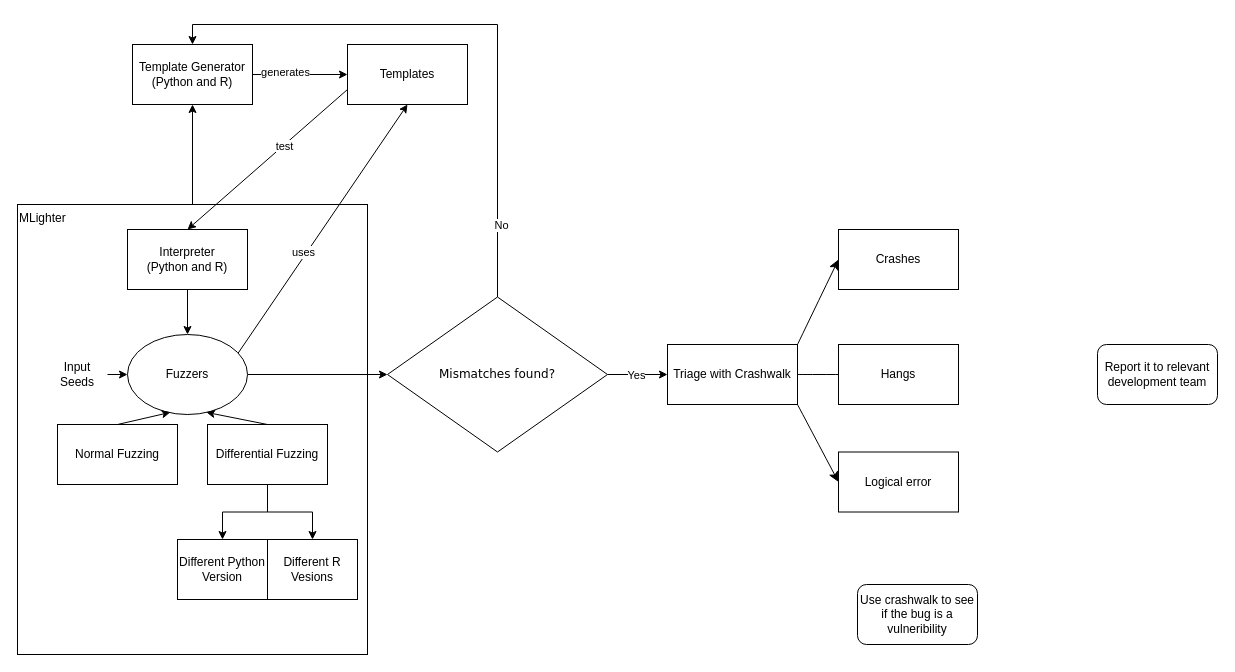
Above: GenAndFuzz.drawio in GloC99/diagrams (draw.io), before the change. Source tidied: cells renumbered, new cells numbered last; positions are measured from the earlier drawing's top-left corner, leaving out a move shared by most shapes. Both pictures are drawn from the tidied source at 100%, with x=0, y=0 at pixel (17, 44).
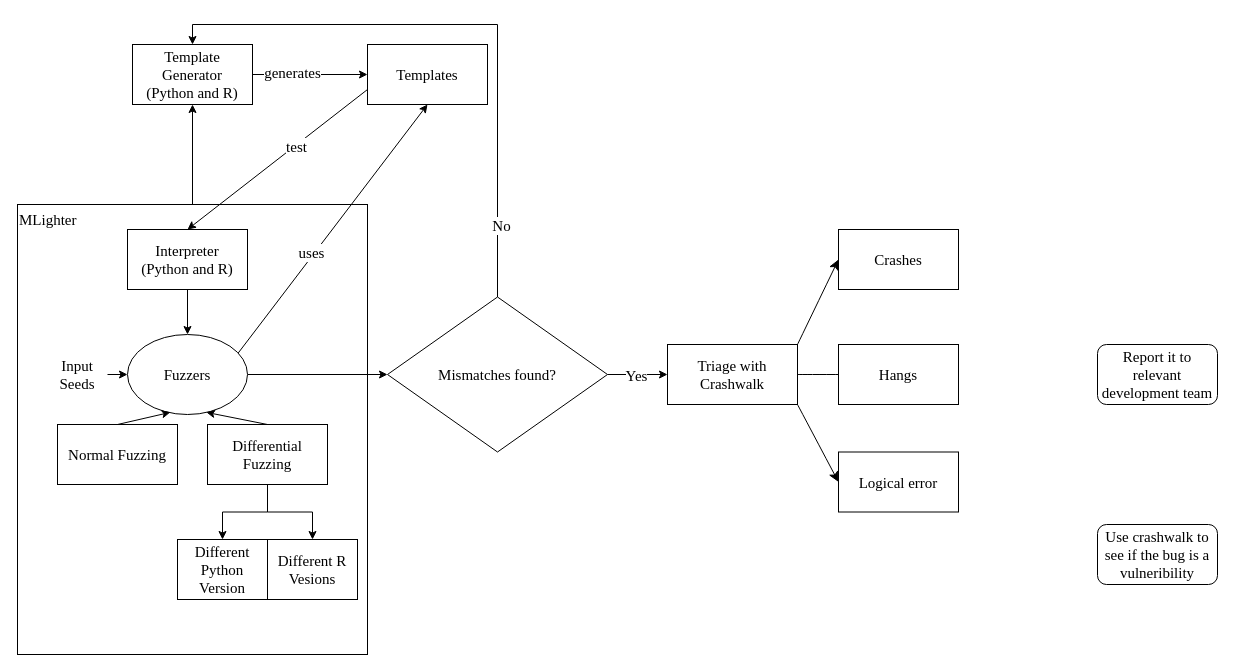
The same diagram, later.

The edit, as a diff of the source:
```diff
@@
-    <mxCell id="2" style="rounded=0;jettySize=auto;html=1;exitX=0.5;exitY=0;exitDx=0;exitDy=0;entryX=0.5;entryY=1;entryDx=0;entryDy=0;" parent="1" edge="1" source="3" target="6">
+    <mxCell id="2" style="rounded=0;jettySize=auto;html=1;exitX=0.5;exitY=0;exitDx=0;exitDy=0;entryX=0.5;entryY=1;entryDx=0;entryDy=0;fontSize=15;fontFamily=Times New Roman;" parent="1" edge="1" source="3" target="6">
       <mxGeometry relative="1" as="geometry" />
     </mxCell>
-    <mxCell id="3" value="MLighter" style="rounded=0;whiteSpace=wrap;html=1;align=left;verticalAlign=top;" parent="1" vertex="1">
+    <mxCell id="3" value="MLighter" style="rounded=0;whiteSpace=wrap;html=1;align=left;verticalAlign=top;fontSize=15;fontFamily=Times New Roman;" parent="1" vertex="1">
       <mxGeometry y="160" width="350" height="450" as="geometry" />
     </mxCell>
-    <mxCell id="4" style="edgeStyle=orthogonalEdgeStyle;rounded=0;jettySize=auto;html=1;exitX=1;exitY=0.5;exitDx=0;exitDy=0;entryX=0;entryY=0.5;entryDx=0;entryDy=0;" parent="1" edge="1" source="6" target="9">
+    <mxCell id="4" style="edgeStyle=orthogonalEdgeStyle;rounded=0;jettySize=auto;html=1;exitX=1;exitY=0.5;exitDx=0;exitDy=0;entryX=0;entryY=0.5;entryDx=0;entryDy=0;fontSize=15;fontFamily=Times New Roman;" parent="1" edge="1" source="6" target="9">
       <mxGeometry relative="1" as="geometry" />
     </mxCell>
-    <mxCell id="5" value="generates" style="edgeLabel;html=1;align=center;verticalAlign=middle;" parent="4" vertex="1">
+    <mxCell id="5" value="generates" style="edgeLabel;html=1;align=center;verticalAlign=middle;fontSize=15;fontFamily=Times New Roman;" parent="4" vertex="1">
       <mxGeometry x="-0.33" y="3" relative="1" as="geometry" />
     </mxCell>
-    <mxCell id="6" value="Template Generator&lt;br&gt;(Python and R)" style="rounded=0;whiteSpace=wrap;html=1;" parent="1" vertex="1">
+    <mxCell id="6" value="Template Generator&lt;br style=&quot;font-size: 15px;&quot;&gt;(Python and R)" style="rounded=0;whiteSpace=wrap;html=1;fontSize=15;fontFamily=Times New Roman;" parent="1" vertex="1">
       <mxGeometry x="115" width="120" height="60" as="geometry" />
     </mxCell>
-    <mxCell id="7" style="rounded=0;jettySize=auto;html=1;exitX=0;exitY=0.75;exitDx=0;exitDy=0;entryX=0.5;entryY=0;entryDx=0;entryDy=0;" parent="1" edge="1" source="9" target="17">
+    <mxCell id="7" style="rounded=0;jettySize=auto;html=1;exitX=0;exitY=0.75;exitDx=0;exitDy=0;entryX=0.5;entryY=0;entryDx=0;entryDy=0;fontSize=15;fontFamily=Times New Roman;" parent="1" edge="1" source="9" target="17">
       <mxGeometry relative="1" as="geometry" />
     </mxCell>
-    <mxCell id="8" value="test" style="edgeLabel;html=1;align=center;verticalAlign=middle;" parent="7" vertex="1">
+    <mxCell id="8" value="test" style="edgeLabel;html=1;align=center;verticalAlign=middle;fontSize=15;fontFamily=Times New Roman;" parent="7" vertex="1">
       <mxGeometry x="-0.21" y="1" relative="1" as="geometry">
         <mxPoint x="-1" as="offset" />
       </mxGeometry>
     </mxCell>
-    <mxCell id="9" value="Templates" style="rounded=0;whiteSpace=wrap;html=1;" parent="1" vertex="1">
-      <mxGeometry x="330" width="120" height="60" as="geometry" />
+    <mxCell id="9" value="Templates" style="rounded=0;whiteSpace=wrap;html=1;fontSize=15;fontFamily=Times New Roman;" parent="1" vertex="1">
+      <mxGeometry x="350" width="120" height="60" as="geometry" />
     </mxCell>
-    <mxCell id="10" style="rounded=0;jettySize=auto;html=1;exitX=0.922;exitY=0.233;exitDx=0;exitDy=0;entryX=0.5;entryY=1;entryDx=0;entryDy=0;exitPerimeter=0;" parent="1" edge="1" source="13" target="9">
+    <mxCell id="10" style="rounded=0;jettySize=auto;html=1;exitX=0.922;exitY=0.233;exitDx=0;exitDy=0;entryX=0.5;entryY=1;entryDx=0;entryDy=0;exitPerimeter=0;fontSize=15;fontFamily=Times New Roman;" parent="1" edge="1" source="13" target="9">
       <mxGeometry relative="1" as="geometry" />
     </mxCell>
-    <mxCell id="11" value="uses" style="edgeLabel;html=1;align=center;verticalAlign=middle;" parent="10" vertex="1">
+    <mxCell id="11" value="uses" style="edgeLabel;html=1;align=center;verticalAlign=middle;fontSize=15;fontFamily=Times New Roman;" parent="10" vertex="1">
       <mxGeometry x="-0.2" y="3" relative="1" as="geometry" />
     </mxCell>
-    <mxCell id="12" style="rounded=0;jettySize=auto;html=1;exitX=1;exitY=0.5;exitDx=0;exitDy=0;entryX=0;entryY=0.5;entryDx=0;entryDy=0;" parent="1" edge="1" source="13" target="30">
+    <mxCell id="12" style="rounded=0;jettySize=auto;html=1;exitX=1;exitY=0.5;exitDx=0;exitDy=0;entryX=0;entryY=0.5;entryDx=0;entryDy=0;fontSize=15;fontFamily=Times New Roman;" parent="1" edge="1" source="13" target="30">
       <mxGeometry relative="1" as="geometry" />
     </mxCell>
-    <mxCell id="13" value="Fuzzers" style="ellipse;whiteSpace=wrap;html=1;" parent="1" vertex="1">
+    <mxCell id="13" value="Fuzzers" style="ellipse;whiteSpace=wrap;html=1;fontSize=15;fontFamily=Times New Roman;" parent="1" vertex="1">
       <mxGeometry x="110" y="290" width="120" height="80" as="geometry" />
     </mxCell>
-    <mxCell id="14" style="rounded=0;jettySize=auto;html=1;exitX=1;exitY=0.5;exitDx=0;exitDy=0;" parent="1" edge="1" source="15">
+    <mxCell id="14" style="rounded=0;jettySize=auto;html=1;exitX=1;exitY=0.5;exitDx=0;exitDy=0;fontSize=15;fontFamily=Times New Roman;" parent="1" edge="1" source="15">
       <mxGeometry relative="1" as="geometry">
         <mxPoint x="110" y="330" as="targetPoint" />
       </mxGeometry>
     </mxCell>
-    <mxCell id="15" value="Input Seeds" style="text;html=1;align=center;verticalAlign=middle;whiteSpace=wrap;rounded=0;" parent="1" vertex="1">
+    <mxCell id="15" value="Input Seeds" style="text;html=1;align=center;verticalAlign=middle;whiteSpace=wrap;rounded=0;fontSize=15;fontFamily=Times New Roman;" parent="1" vertex="1">
       <mxGeometry x="30" y="312.5" width="60" height="35" as="geometry" />
     </mxCell>
-    <mxCell id="16" style="edgeStyle=orthogonalEdgeStyle;rounded=0;jettySize=auto;html=1;exitX=0.5;exitY=1;exitDx=0;exitDy=0;" parent="1" edge="1" source="17" target="13">
+    <mxCell id="16" style="edgeStyle=orthogonalEdgeStyle;rounded=0;jettySize=auto;html=1;exitX=0.5;exitY=1;exitDx=0;exitDy=0;fontSize=15;fontFamily=Times New Roman;" parent="1" edge="1" source="17" target="13">
       <mxGeometry relative="1" as="geometry" />
     </mxCell>
-    <mxCell id="17" value="Interpreter&lt;br&gt;(Python and R)" style="rounded=0;whiteSpace=wrap;html=1;" parent="1" vertex="1">
+    <mxCell id="17" value="Interpreter&lt;br style=&quot;font-size: 15px;&quot;&gt;(Python and R)" style="rounded=0;whiteSpace=wrap;html=1;fontSize=15;fontFamily=Times New Roman;" parent="1" vertex="1">
       <mxGeometry x="110" y="185" width="120" height="60" as="geometry" />
     </mxCell>
-    <mxCell id="18" value="Normal Fuzzing" style="rounded=0;whiteSpace=wrap;html=1;" parent="1" vertex="1">
+    <mxCell id="18" value="Normal Fuzzing" style="rounded=0;whiteSpace=wrap;html=1;fontSize=15;fontFamily=Times New Roman;" parent="1" vertex="1">
       <mxGeometry x="40" y="380" width="120" height="60" as="geometry" />
     </mxCell>
-    <mxCell id="19" style="edgeStyle=orthogonalEdgeStyle;rounded=0;jettySize=auto;html=1;" parent="1" edge="1" source="21" target="24">
+    <mxCell id="19" style="edgeStyle=orthogonalEdgeStyle;rounded=0;jettySize=auto;html=1;fontSize=15;fontFamily=Times New Roman;" parent="1" edge="1" source="21" target="24">
       <mxGeometry relative="1" as="geometry" />
     </mxCell>
-    <mxCell id="20" style="edgeStyle=orthogonalEdgeStyle;rounded=0;jettySize=auto;html=1;" parent="1" edge="1" source="21" target="25">
+    <mxCell id="20" style="edgeStyle=orthogonalEdgeStyle;rounded=0;jettySize=auto;html=1;fontSize=15;fontFamily=Times New Roman;" parent="1" edge="1" source="21" target="25">
       <mxGeometry relative="1" as="geometry" />
     </mxCell>
-    <mxCell id="21" value="Differential Fuzzing" style="rounded=0;whiteSpace=wrap;html=1;" parent="1" vertex="1">
+    <mxCell id="21" value="Differential Fuzzing" style="rounded=0;whiteSpace=wrap;html=1;fontSize=15;fontFamily=Times New Roman;" parent="1" vertex="1">
       <mxGeometry x="190" y="380" width="120" height="60" as="geometry" />
     </mxCell>
-    <mxCell id="22" style="rounded=0;jettySize=auto;html=1;exitX=0.5;exitY=0;exitDx=0;exitDy=0;entryX=0.357;entryY=0.973;entryDx=0;entryDy=0;entryPerimeter=0;" parent="1" edge="1" source="18" target="13">
+    <mxCell id="22" style="rounded=0;jettySize=auto;html=1;exitX=0.5;exitY=0;exitDx=0;exitDy=0;entryX=0.357;entryY=0.973;entryDx=0;entryDy=0;entryPerimeter=0;fontSize=15;fontFamily=Times New Roman;" parent="1" edge="1" source="18" target="13">
       <mxGeometry relative="1" as="geometry" />
     </mxCell>
-    <mxCell id="23" style="rounded=0;jettySize=auto;html=1;exitX=0.5;exitY=0;exitDx=0;exitDy=0;entryX=0.657;entryY=0.973;entryDx=0;entryDy=0;entryPerimeter=0;" parent="1" edge="1" source="21" target="13">
+    <mxCell id="23" style="rounded=0;jettySize=auto;html=1;exitX=0.5;exitY=0;exitDx=0;exitDy=0;entryX=0.657;entryY=0.973;entryDx=0;entryDy=0;entryPerimeter=0;fontSize=15;fontFamily=Times New Roman;" parent="1" edge="1" source="21" target="13">
       <mxGeometry relative="1" as="geometry" />
     </mxCell>
-    <mxCell id="24" value="Different Python Version" style="rounded=0;whiteSpace=wrap;html=1;" parent="1" vertex="1">
+    <mxCell id="24" value="Different Python Version" style="rounded=0;whiteSpace=wrap;html=1;fontSize=15;fontFamily=Times New Roman;" parent="1" vertex="1">
       <mxGeometry x="160" y="495" width="90" height="60" as="geometry" />
     </mxCell>
-    <mxCell id="25" value="Different R Vesions" style="rounded=0;whiteSpace=wrap;html=1;" parent="1" vertex="1">
+    <mxCell id="25" value="Different R Vesions" style="rounded=0;whiteSpace=wrap;html=1;fontSize=15;fontFamily=Times New Roman;" parent="1" vertex="1">
       <mxGeometry x="250" y="495" width="90" height="60" as="geometry" />
     </mxCell>
-    <mxCell id="26" style="edgeStyle=orthogonalEdgeStyle;rounded=0;jettySize=auto;html=1;exitX=0.5;exitY=0;exitDx=0;exitDy=0;entryX=0.5;entryY=0;entryDx=0;entryDy=0;" parent="1" edge="1" source="30" target="6">
+    <mxCell id="26" style="edgeStyle=orthogonalEdgeStyle;rounded=0;jettySize=auto;html=1;exitX=0.5;exitY=0;exitDx=0;exitDy=0;entryX=0.5;entryY=0;entryDx=0;entryDy=0;fontSize=15;fontFamily=Times New Roman;" parent="1" edge="1" source="30" target="6">
       <mxGeometry relative="1" as="geometry" />
     </mxCell>
-    <mxCell id="27" value="No" style="edgeLabel;html=1;align=center;verticalAlign=middle;" parent="26" vertex="1">
+    <mxCell id="27" value="No" style="edgeLabel;html=1;align=center;verticalAlign=middle;fontSize=15;fontFamily=Times New Roman;" parent="26" vertex="1">
       <mxGeometry x="-0.76" y="-3" relative="1" as="geometry" />
     </mxCell>
-    <mxCell id="28" style="edgeStyle=orthogonalEdgeStyle;rounded=0;jettySize=auto;html=1;exitX=1;exitY=0.5;exitDx=0;exitDy=0;entryX=0;entryY=0.5;entryDx=0;entryDy=0;" parent="1" edge="1" source="30" target="36">
+    <mxCell id="28" style="edgeStyle=orthogonalEdgeStyle;rounded=0;jettySize=auto;html=1;exitX=1;exitY=0.5;exitDx=0;exitDy=0;entryX=0;entryY=0.5;entryDx=0;entryDy=0;fontSize=15;fontFamily=Times New Roman;" parent="1" edge="1" source="30" target="36">
       <mxGeometry relative="1" as="geometry" />
     </mxCell>
-    <mxCell id="29" value="Yes" style="edgeLabel;html=1;align=center;verticalAlign=middle;" parent="28" vertex="1">
+    <mxCell id="29" value="Yes" style="edgeLabel;html=1;align=center;verticalAlign=middle;fontSize=15;fontFamily=Times New Roman;" parent="28" vertex="1">
       <mxGeometry x="0.03" y="-3" relative="1" as="geometry">
         <mxPoint x="-3" y="-3" as="offset" />
       </mxGeometry>
     </mxCell>
-    <mxCell id="30" value="&lt;font face=&quot;Verdana&quot;&gt;Mismatches found?&lt;/font&gt;" style="rhombus;whiteSpace=wrap;html=1;" parent="1" vertex="1">
+    <mxCell id="30" value="&lt;font style=&quot;font-size: 15px;&quot;&gt;Mismatches found?&lt;/font&gt;" style="rhombus;whiteSpace=wrap;html=1;fontSize=15;fontFamily=Times New Roman;" parent="1" vertex="1">
       <mxGeometry x="370" y="252.5" width="220" height="155" as="geometry" />
     </mxCell>
-    <mxCell id="31" value="Report it to relevant development team" style="rounded=1;whiteSpace=wrap;html=1;" parent="1" vertex="1">
+    <mxCell id="31" value="Report it to relevant development team" style="rounded=1;whiteSpace=wrap;html=1;fontSize=15;fontFamily=Times New Roman;" parent="1" vertex="1">
       <mxGeometry x="1080" y="300" width="120" height="60" as="geometry" />
     </mxCell>
-    <mxCell id="32" value="Use crashwalk to see if the bug is a vulneribility" style="rounded=1;whiteSpace=wrap;html=1;" parent="1" vertex="1">
-      <mxGeometry x="840" y="540" width="120" height="60" as="geometry" />
+    <mxCell id="32" value="Use crashwalk to see if the bug is a vulneribility" style="rounded=1;whiteSpace=wrap;html=1;fontSize=15;fontFamily=Times New Roman;" parent="1" vertex="1">
+      <mxGeometry x="1080" y="480" width="120" height="60" as="geometry" />
     </mxCell>
-    <mxCell id="33" style="edgeStyle=none;curved=1;rounded=0;jettySize=auto;html=1;exitX=1;exitY=0;exitDx=0;exitDy=0;entryX=0;entryY=0.5;entryDx=0;entryDy=0;fontSize=12;startSize=8;endSize=8;" parent="1" edge="1" source="36" target="37">
+    <mxCell id="33" style="edgeStyle=none;curved=1;rounded=0;jettySize=auto;html=1;exitX=1;exitY=0;exitDx=0;exitDy=0;entryX=0;entryY=0.5;entryDx=0;entryDy=0;fontSize=15;startSize=8;endSize=8;fontFamily=Times New Roman;" parent="1" edge="1" source="36" target="37">
       <mxGeometry relative="1" as="geometry" />
     </mxCell>
-    <mxCell id="34" style="edgeStyle=none;curved=1;rounded=0;jettySize=auto;html=1;exitX=1;exitY=0.5;exitDx=0;exitDy=0;entryX=0;entryY=0.5;entryDx=0;entryDy=0;fontSize=12;startSize=8;endSize=8;" parent="1" edge="1" source="36" target="38">
+    <mxCell id="34" style="edgeStyle=none;curved=1;rounded=0;jettySize=auto;html=1;exitX=1;exitY=0.5;exitDx=0;exitDy=0;entryX=0;entryY=0.5;entryDx=0;entryDy=0;fontSize=15;startSize=8;endSize=8;fontFamily=Times New Roman;" parent="1" edge="1" source="36" target="38">
       <mxGeometry relative="1" as="geometry" />
     </mxCell>
-    <mxCell id="35" style="edgeStyle=none;curved=1;rounded=0;jettySize=auto;html=1;exitX=1;exitY=1;exitDx=0;exitDy=0;entryX=0;entryY=0.5;entryDx=0;entryDy=0;fontSize=12;startSize=8;endSize=8;" parent="1" edge="1" source="36" target="39">
+    <mxCell id="35" style="edgeStyle=none;curved=1;rounded=0;jettySize=auto;html=1;exitX=1;exitY=1;exitDx=0;exitDy=0;entryX=0;entryY=0.5;entryDx=0;entryDy=0;fontSize=15;startSize=8;endSize=8;fontFamily=Times New Roman;" parent="1" edge="1" source="36" target="39">
       <mxGeometry relative="1" as="geometry" />
     </mxCell>
-    <mxCell id="36" value="Triage with Crashwalk" style="rounded=0;whiteSpace=wrap;html=1;" parent="1" vertex="1">
+    <mxCell id="36" value="Triage with Crashwalk" style="rounded=0;whiteSpace=wrap;html=1;fontSize=15;fontFamily=Times New Roman;" parent="1" vertex="1">
       <mxGeometry x="650" y="300" width="130" height="60" as="geometry" />
     </mxCell>
-    <mxCell id="37" value="Crashes" style="rounded=0;whiteSpace=wrap;html=1;" parent="1" vertex="1">
+    <mxCell id="37" value="Crashes" style="rounded=0;whiteSpace=wrap;html=1;fontSize=15;fontFamily=Times New Roman;" parent="1" vertex="1">
       <mxGeometry x="821" y="185" width="120" height="60" as="geometry" />
     </mxCell>
-    <mxCell id="38" value="Hangs" style="rounded=0;whiteSpace=wrap;html=1;direction=west;" parent="1" vertex="1">
+    <mxCell id="38" value="Hangs" style="rounded=0;whiteSpace=wrap;html=1;direction=west;fontSize=15;fontFamily=Times New Roman;" parent="1" vertex="1">
       <mxGeometry x="821" y="300" width="120" height="60" as="geometry" />
     </mxCell>
-    <mxCell id="39" value="Logical error" style="rounded=0;whiteSpace=wrap;html=1;" parent="1" vertex="1">
+    <mxCell id="39" value="Logical error" style="rounded=0;whiteSpace=wrap;html=1;fontSize=15;fontFamily=Times New Roman;" parent="1" vertex="1">
       <mxGeometry x="821" y="407.5" width="120" height="60" as="geometry" />
     </mxCell>
```
